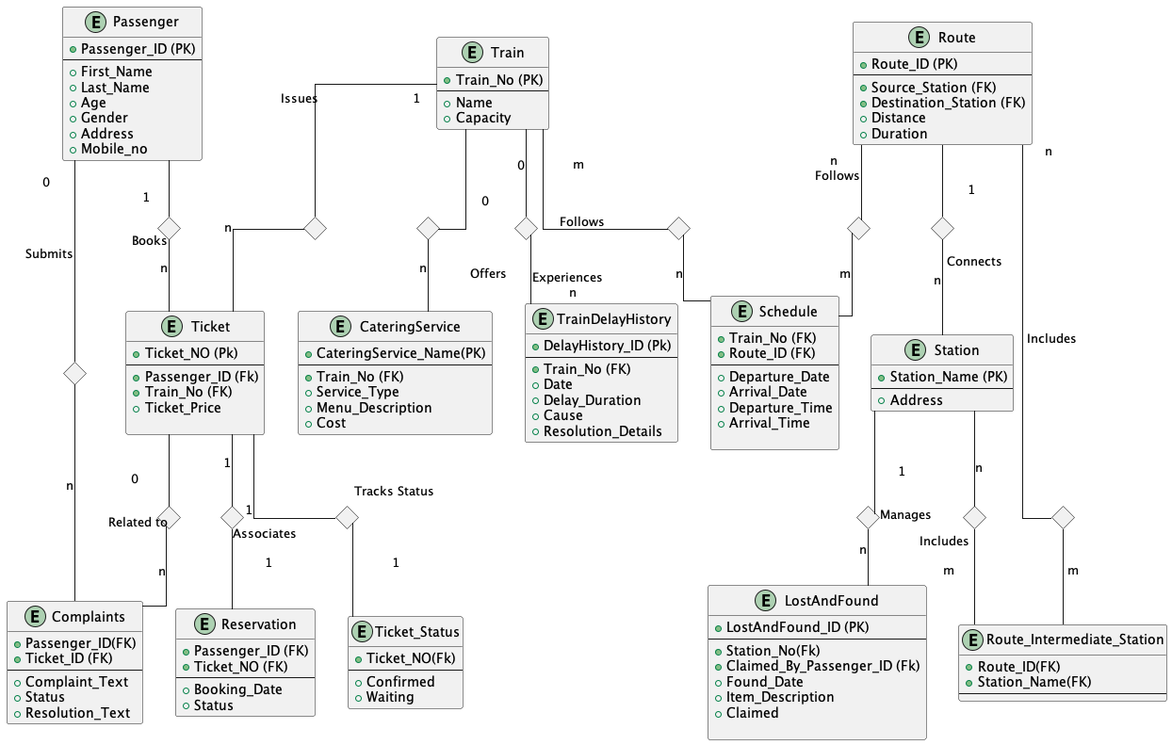
This is Docs/ERD/ERD.png from ihamzatarar/Railway-Management-System, a PlantUML export, as it was before one commit.
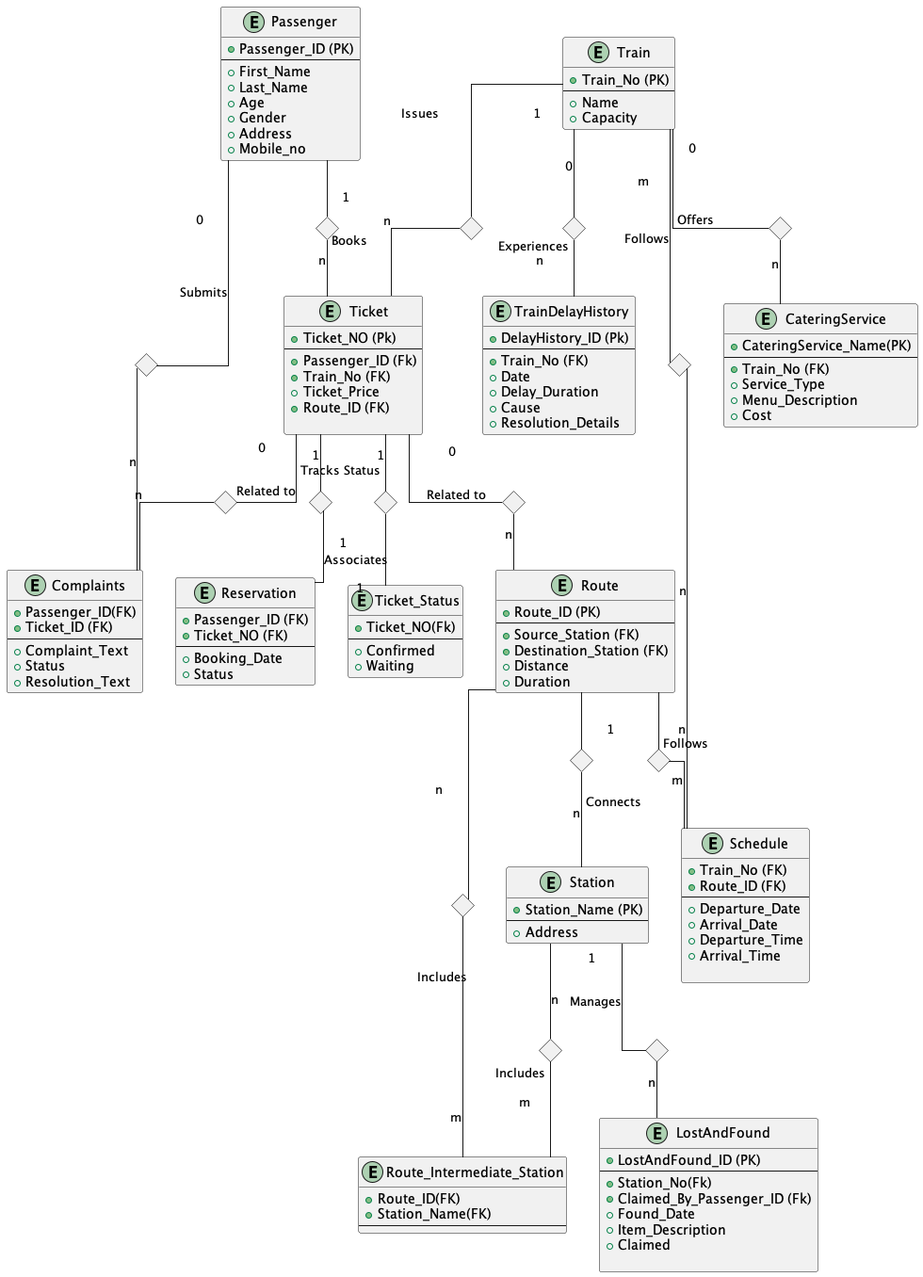
The same file after the commit.

Diff of the diagram source:
```diff
@@ -31,6 +31,7 @@
   + Passenger_ID (Fk)
   + Train_No (FK)
   + Ticket_Price
+  + Route_ID (FK)
 
 }
 
@@ -118,6 +119,7 @@
 }
 
 diamond dia1
+diamond dia2
 diamond dia3
 diamond dia4
 diamond dia5
@@ -165,6 +167,9 @@
 Ticket -- dia9: "0 \n\n\n Related to"
 dia9 -- Complaints: "n"
 
+Ticket -- dia2: "0 \n\n\n Related to"
+dia2 -- Route: "n"
+
 
 Route -- dia12: "n \n\n\n\n\n\n\n\n\n\n\n\n\n Includes"
 dia12 -- Route_Intermediate_Station:"\n\n\n\n\n m"
```
